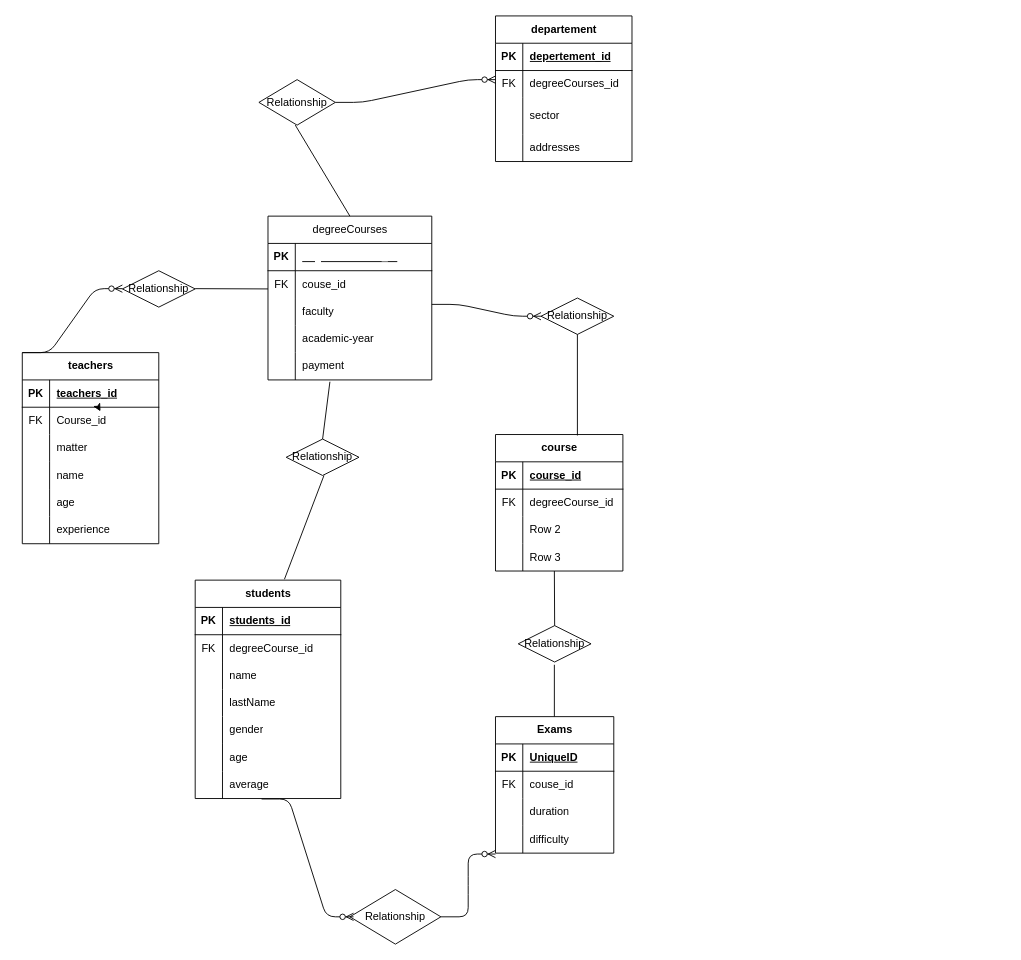
Above: schema.drawio in CristianBuonocore02/db-university (draw.io), before the change. Source tidied: cells renumbered, new cells numbered last; positions are measured from the earlier drawing's top-left corner, leaving out a move shared by most shapes. Both pictures are drawn from the tidied source at 91%, with x=0, y=0 at pixel (22, 15).
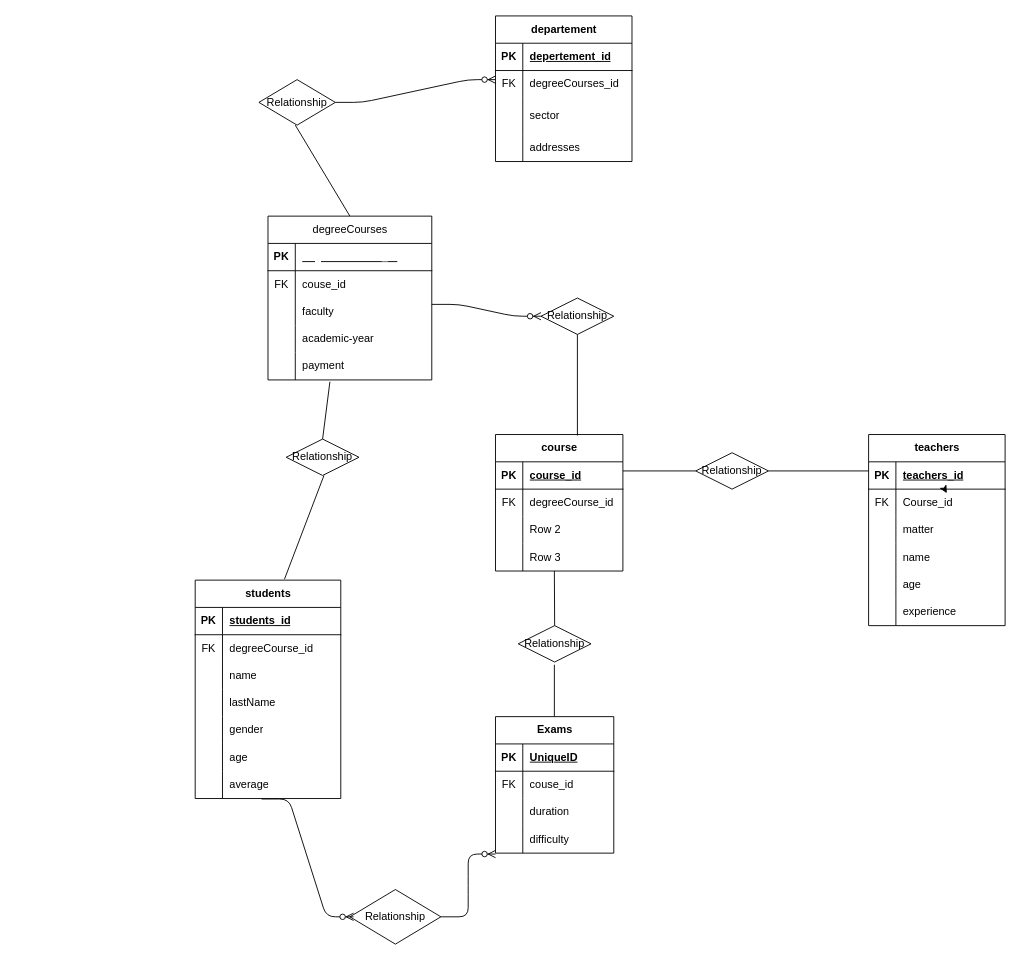
Above is the later version.

Commit message:
Adjust positions of elements in database schema diagram

The edit, as a diff of the source:
```diff
@@
     <mxCell id="57" value="teachers" style="shape=table;startSize=30;childLayout=tableLayout;rowLines=0;fontStyle=1;align=center;html=1;" parent="1" vertex="1">
-      <mxGeometry y="370" width="150" height="210" as="geometry" />
+      <mxGeometry x="930" y="460" width="150" height="210" as="geometry" />
     </mxCell>
@@
     <mxCell id="99" value="Relationship" style="shape=rhombus;perimeter=rhombusPerimeter;whiteSpace=wrap;html=1;align=center;" parent="1" vertex="1">
-      <mxGeometry x="110" y="280" width="80" height="40" as="geometry" />
+      <mxGeometry x="740" y="480" width="80" height="40" as="geometry" />
     </mxCell>
@@
-    <mxCell id="101" style="edgeStyle=entityRelationEdgeStyle;fontSize=12;html=1;endArrow=ERzeroToMany;endFill=1;exitX=0;exitY=0;exitDx=0;exitDy=0;" parent="1" edge="1" source="57">
-      <mxGeometry relative="1" as="geometry">
-        <mxPoint x="110" y="299.7" as="targetPoint" />
-      </mxGeometry>
-    </mxCell>
@@
-    <mxCell id="105" style="endArrow=none;html=1;rounded=0;" parent="1" edge="1">
-      <mxGeometry relative="1" as="geometry">
-        <mxPoint x="190" y="299.7" as="sourcePoint" />
-        <mxPoint x="270" y="300" as="targetPoint" />
-      </mxGeometry>
-    </mxCell>
@@
+    <mxCell id="117" style="line;strokeWidth=1;dashed=0;labelPosition=right;align=left;verticalAlign=middle;spacingTop=0;spacingLeft=6;" parent="1" vertex="1">
+      <mxGeometry x="660" y="495" width="80" height="10" as="geometry" />
+    </mxCell>
+    <mxCell id="118" style="line;strokeWidth=1;dashed=0;labelPosition=right;align=left;verticalAlign=middle;spacingTop=0;spacingLeft=6;" parent="1" vertex="1">
+      <mxGeometry x="820" y="495" width="110" height="10" as="geometry" />
+    </mxCell>
```
